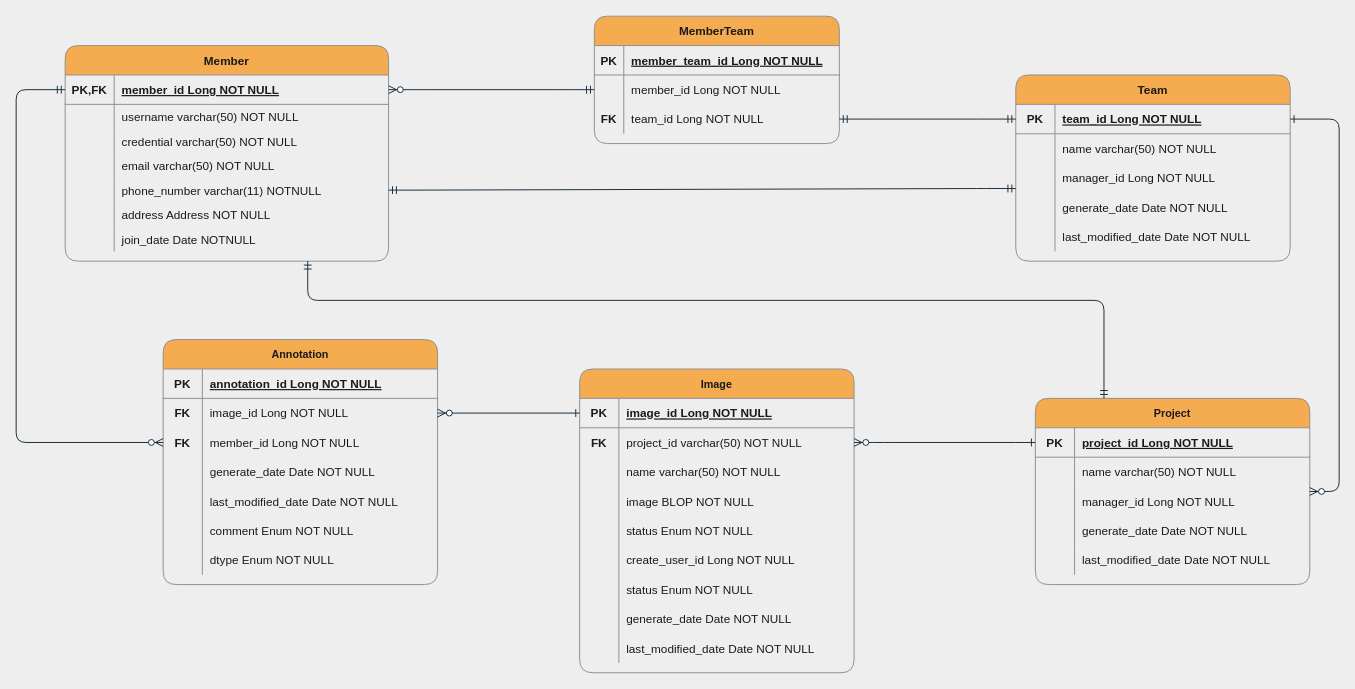
The draw.io diagram ERD.drawio in Seongwon97/Photo_Feedback_Tool, before the edit. Source tidied: cells renumbered, new cells numbered last; positions are measured from the earlier drawing's top-left corner, leaving out a move shared by most shapes. Both pictures are drawn from the tidied source at 98%, with x=0, y=0 at pixel (16, 16).
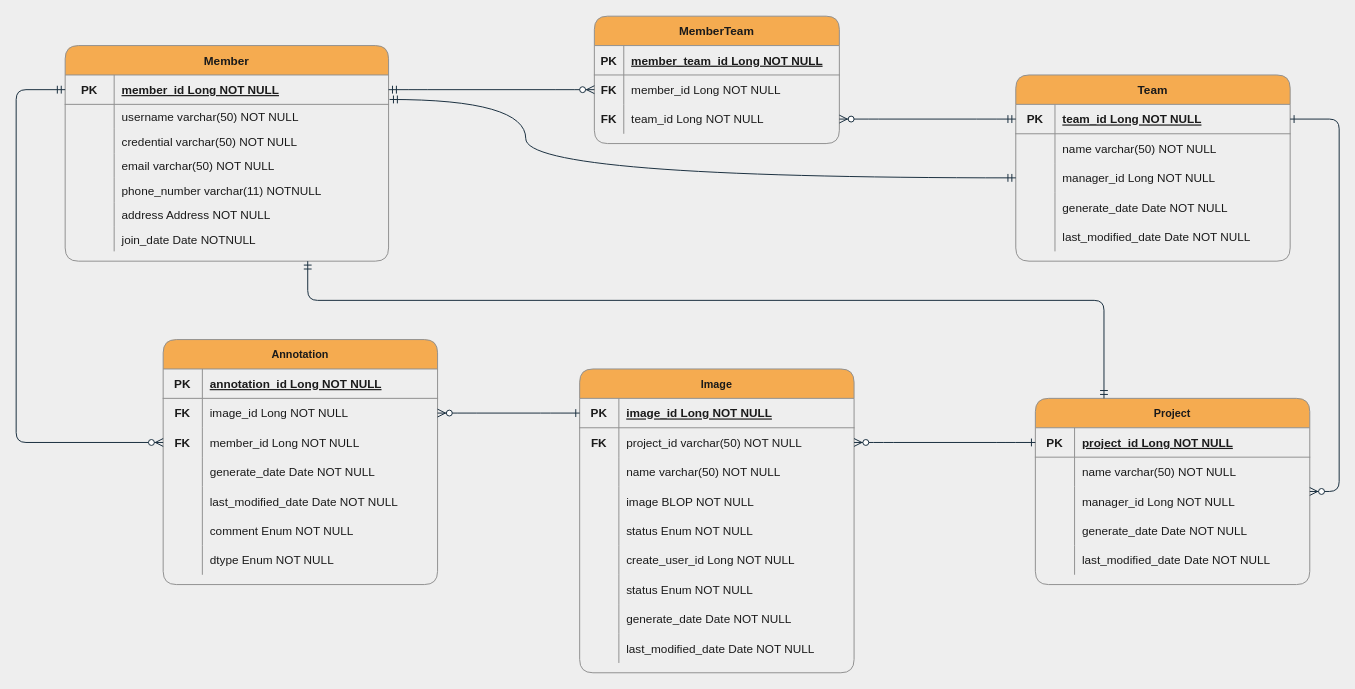
Above is the later version.

The change refers to these unchanged cells:
```xml
<mxCell id="6" style="shape=partialRectangle;fillColor=none;points=[[0,0.5],[1,0.5]];portConstraint=eastwest;top=0;left=0;right=0;bottom=0;strokeColor=#909090;fontColor=#1A1A1A;rounded=1;" parent="2" vertex="1">
  <mxGeometry y="60" width="250" height="30" as="geometry" />
</mxCell>
<mxCell id="9" style="shape=partialRectangle;fillColor=none;points=[[0,0.5],[1,0.5]];portConstraint=eastwest;top=0;left=0;right=0;bottom=0;strokeColor=#909090;fontColor=#1A1A1A;rounded=1;" parent="2" vertex="1">
  <mxGeometry y="90" width="250" height="30" as="geometry" />
</mxCell>
<mxCell id="13" style="shape=partialRectangle;fillColor=none;points=[[0,0.5],[1,0.5]];portConstraint=eastwest;top=0;left=0;right=0;bottom=1;strokeColor=#909090;fontColor=#1A1A1A;rounded=1;" parent="12" vertex="1">
  <mxGeometry y="30" width="330" height="30" as="geometry" />
</mxCell>
<mxCell id="25" style="shape=partialRectangle;fillColor=none;points=[[0,0.5],[1,0.5]];portConstraint=eastwest;top=0;left=0;right=0;bottom=0;strokeColor=#909090;fontColor=#1A1A1A;rounded=1;" parent="12" vertex="1">
  <mxGeometry y="135" width="330" height="25" as="geometry" />
</mxCell>
<mxCell id="35" style="shape=partialRectangle;fillColor=none;points=[[0,0.5],[1,0.5]];portConstraint=eastwest;top=0;left=0;right=0;bottom=1;strokeColor=#909090;fontColor=#1A1A1A;rounded=1;" parent="34" vertex="1">
  <mxGeometry y="30" width="280" height="30" as="geometry" />
</mxCell>
<mxCell id="41" style="shape=partialRectangle;fillColor=none;points=[[0,0.5],[1,0.5]];portConstraint=eastwest;top=0;left=0;right=0;bottom=0;strokeColor=#909090;fontColor=#1A1A1A;rounded=1;" parent="34" vertex="1">
  <mxGeometry y="90" width="280" height="30" as="geometry" />
</mxCell>
```

The edit, as a diff of the source:
```diff
@@
-    <mxCell id="7" style="shape=partialRectangle;overflow=hidden;fillColor=none;top=0;left=0;bottom=0;right=0;strokeColor=#909090;fontColor=#1A1A1A;rounded=1;" parent="6" vertex="1">
+    <mxCell id="7" value="FK" style="shape=partialRectangle;overflow=hidden;fillColor=none;top=0;left=0;bottom=0;right=0;strokeColor=#909090;fontColor=#1A1A1A;rounded=1;fontStyle=1;" parent="6" vertex="1">
       <mxGeometry width="30" height="30" as="geometry" />
     </mxCell>
@@
-    <mxCell id="14" value="PK,FK" style="shape=partialRectangle;overflow=hidden;fillColor=none;top=0;left=0;bottom=0;right=0;fontStyle=1;strokeColor=#909090;fontColor=#1A1A1A;rounded=1;" parent="13" vertex="1">
+    <mxCell id="14" value="PK" style="shape=partialRectangle;overflow=hidden;fillColor=none;top=0;left=0;bottom=0;right=0;fontStyle=1;strokeColor=#909090;fontColor=#1A1A1A;rounded=1;" parent="13" vertex="1">
       <mxGeometry width="50" height="30" as="geometry" />
     </mxCell>
@@
-    <mxCell id="78" style="edgeStyle=entityRelationEdgeStyle;fontSize=12;html=1;endArrow=ERmandOne;startArrow=ERmandOne;rounded=1;labelBackgroundColor=#EEEEEE;fontFamily=Helvetica;fontColor=#1A1A1A;strokeColor=#182E3E;elbow=vertical;entryX=0;entryY=0.5;entryDx=0;entryDy=0;exitX=1;exitY=0.5;exitDx=0;exitDy=0;" parent="1" edge="1" source="9" target="35">
-      <mxGeometry relative="1" as="geometry" />
-    </mxCell>
-    <mxCell id="79" style="edgeStyle=entityRelationEdgeStyle;fontSize=12;html=1;endArrow=ERzeroToMany;startArrow=ERmandOne;rounded=1;labelBackgroundColor=#EEEEEE;fontFamily=Helvetica;fontColor=#1A1A1A;strokeColor=#182E3E;elbow=vertical;entryX=1;entryY=0.5;entryDx=0;entryDy=0;exitX=0;exitY=0.5;exitDx=0;exitDy=0;" parent="1" edge="1" source="6" target="13">
+    <mxCell id="79" style="edgeStyle=entityRelationEdgeStyle;fontSize=12;html=1;endArrow=ERzeroToMany;startArrow=ERmandOne;rounded=1;labelBackgroundColor=#EEEEEE;fontFamily=Helvetica;fontColor=#1A1A1A;strokeColor=#182E3E;elbow=vertical;exitX=1;exitY=0.5;exitDx=0;exitDy=0;entryX=0;entryY=0.5;entryDx=0;entryDy=0;" parent="1" edge="1" source="13" target="6">
       <mxGeometry relative="1" as="geometry" />
     </mxCell>
@@
-    <mxCell id="122" style="edgeStyle=entityRelationEdgeStyle;fontSize=12;html=1;endArrow=ERmandOne;startArrow=ERmandOne;rounded=1;labelBackgroundColor=#EEEEEE;fontFamily=Helvetica;fontColor=#1A1A1A;strokeColor=#182E3E;entryX=1;entryY=0.5;entryDx=0;entryDy=0;exitX=0;exitY=0.862;exitDx=0;exitDy=0;elbow=vertical;exitPerimeter=0;" parent="1" edge="1" source="41" target="25">
-      <mxGeometry relative="1" as="geometry" />
+    <mxCell id="122" style="fontSize=12;html=1;endArrow=ERmandOne;startArrow=ERmandOne;rounded=1;labelBackgroundColor=#EEEEEE;fontFamily=Helvetica;fontColor=#1A1A1A;strokeColor=#182E3E;exitX=0;exitY=0.5;exitDx=0;exitDy=0;entryX=1.003;entryY=0.833;entryDx=0;entryDy=0;entryPerimeter=0;edgeStyle=orthogonalEdgeStyle;curved=1;" parent="1" edge="1" source="41" target="13">
+      <mxGeometry relative="1" as="geometry">
+        <Array as="points">
+          <mxPoint x="520" y="165" />
+          <mxPoint x="520" y="85" />
+        </Array>
+      </mxGeometry>
     </mxCell>
@@
+    <mxCell id="124" style="edgeStyle=entityRelationEdgeStyle;fontSize=12;html=1;endArrow=ERzeroToMany;startArrow=ERmandOne;rounded=1;labelBackgroundColor=#EEEEEE;fontFamily=Helvetica;fontColor=#1A1A1A;strokeColor=#182E3E;elbow=vertical;exitX=0;exitY=0.5;exitDx=0;exitDy=0;entryX=1;entryY=0.5;entryDx=0;entryDy=0;" parent="1" edge="1" source="35" target="9">
+      <mxGeometry relative="1" as="geometry" />
+    </mxCell>
```
